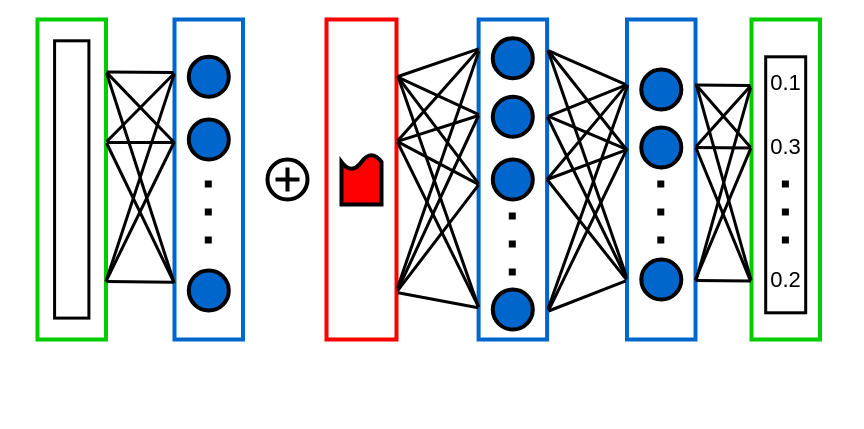
This is page "PixelDP-small" (5 of 5) of images/diagrams.drawio from BohdanBuhrii/Defending-DNN-against-attacks, a draw.io file, before an edit. Source tidied: cells renumbered, new cells numbered last; positions are measured from the earlier drawing's top-left corner, leaving out a move shared by most shapes. Both pictures are drawn from the tidied source at 100%, with x=0, y=0 at pixel (37, 19).
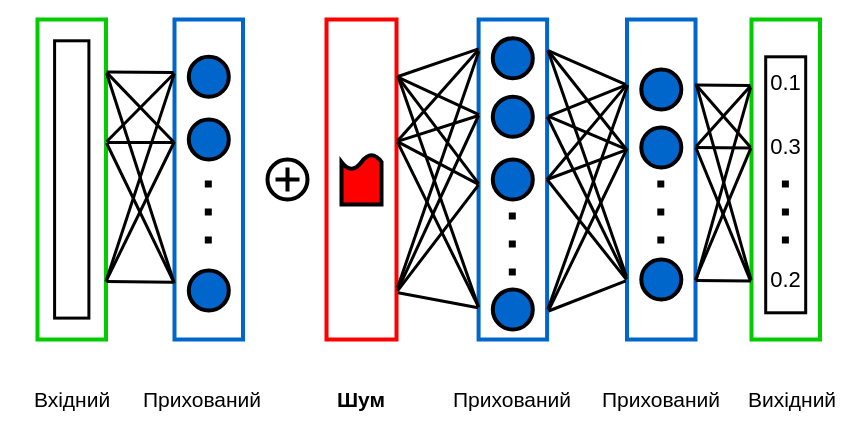
The same diagram, later.

What changed in the source:
```diff
@@
+    <mxCell id="72" value="Вхідний" style="text;html=1;strokeColor=none;fillColor=none;align=center;verticalAlign=middle;whiteSpace=wrap;rounded=0;fontSize=21;" parent="1" vertex="1">
+      <mxGeometry x="-20" y="370" width="110" height="20" as="geometry" />
+    </mxCell>
+    <mxCell id="73" value="Прихований" style="text;html=1;strokeColor=none;fillColor=none;align=center;verticalAlign=middle;whiteSpace=wrap;rounded=0;fontSize=21;" parent="1" vertex="1">
+      <mxGeometry x="110" y="370" width="110" height="20" as="geometry" />
+    </mxCell>
+    <mxCell id="74" value="Прихований" style="text;html=1;strokeColor=none;fillColor=none;align=center;verticalAlign=middle;whiteSpace=wrap;rounded=0;fontSize=21;" parent="1" vertex="1">
+      <mxGeometry x="420.3" y="370" width="110" height="20" as="geometry" />
+    </mxCell>
+    <mxCell id="75" value="Прихований" style="text;html=1;strokeColor=none;fillColor=none;align=center;verticalAlign=middle;whiteSpace=wrap;rounded=0;fontSize=21;" parent="1" vertex="1">
+      <mxGeometry x="568.8" y="370" width="110" height="20" as="geometry" />
+    </mxCell>
+    <mxCell id="76" value="Вихідний" style="text;html=1;strokeColor=none;fillColor=none;align=center;verticalAlign=middle;whiteSpace=wrap;rounded=0;fontSize=21;" parent="1" vertex="1">
+      <mxGeometry x="700" y="370" width="110" height="20" as="geometry" />
+    </mxCell>
+    <mxCell id="77" value="&lt;b&gt;Шум&lt;/b&gt;" style="text;html=1;strokeColor=none;fillColor=none;align=center;verticalAlign=middle;whiteSpace=wrap;rounded=0;fontSize=21;" parent="1" vertex="1">
+      <mxGeometry x="269" y="370" width="110" height="20" as="geometry" />
+    </mxCell>
```
